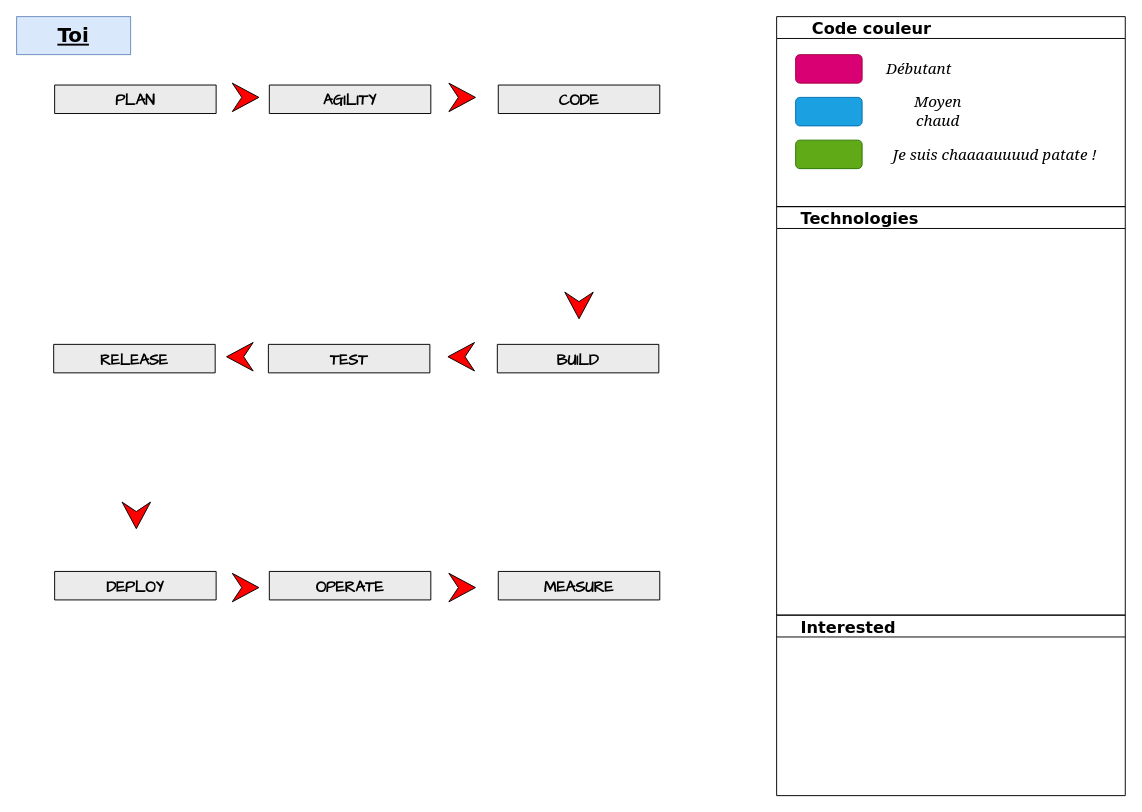
Earlier version of the draw.io diagram skills.drawio (teolia/TeoSchool_skills). Source tidied: cells renumbered, new cells numbered last; positions are measured from the earlier drawing's top-left corner, leaving out a move shared by most shapes. Both pictures are drawn from the tidied source at 95%, with x=0, y=0 at pixel (16, 16).
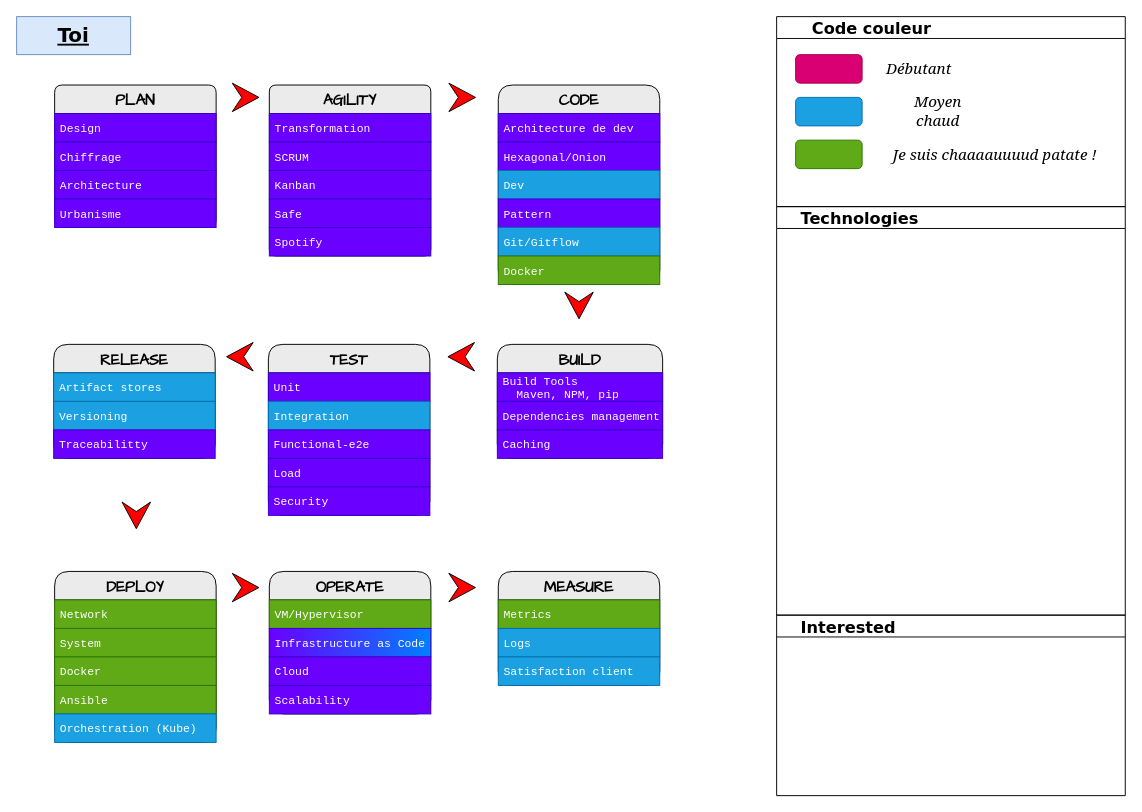
Above is the later version.

The edit, as a diff of the source:
```diff
@@
-    <mxCell id="3" value="PLAN" style="swimlane;fontStyle=1;horizontal=1;startSize=30;fontFamily=Comic Sans MS;rounded=1;arcSize=9;labelBackgroundColor=none;fillColor=#EBEBEB;fontSize=16;" parent="1" vertex="1" collapsed="1">
-      <mxGeometry x="40" y="72" width="170" height="30" as="geometry" />
+    <mxCell id="3" value="PLAN" style="swimlane;fontStyle=1;horizontal=1;startSize=30;fontFamily=Comic Sans MS;rounded=1;arcSize=9;labelBackgroundColor=none;fillColor=#EBEBEB;fontSize=16;" parent="1" vertex="1">
+      <mxGeometry x="40" y="72" width="170" height="150" as="geometry" />
     </mxCell>
+    <mxCell id="29" value="Design" style="text;align=left;verticalAlign=middle;spacingLeft=4;spacingRight=4;overflow=hidden;fontFamily=Courier New;fillColor=#6a00ff;fontColor=#ffffff;strokeColor=#3700CC;" parent="3" vertex="1">
+      <mxGeometry y="30" width="170" height="30" as="geometry" />
+    </mxCell>
+    <mxCell id="30" value="Chiffrage" style="text;align=left;verticalAlign=middle;spacingLeft=4;spacingRight=4;overflow=hidden;fontFamily=Courier New;fillColor=#6a00ff;fontColor=#ffffff;strokeColor=#3700CC;" parent="3" vertex="1">
+      <mxGeometry y="60" width="170" height="30" as="geometry" />
+    </mxCell>
+    <mxCell id="31" value="Architecture" style="text;align=left;verticalAlign=middle;spacingLeft=4;spacingRight=4;overflow=hidden;fontFamily=Courier New;fillColor=#6a00ff;fontColor=#ffffff;strokeColor=#3700CC;" parent="3" vertex="1">
+      <mxGeometry y="90" width="170" height="30" as="geometry" />
+    </mxCell>
+    <mxCell id="32" value="Urbanisme" style="text;strokeColor=#3700CC;fillColor=#6a00ff;align=left;verticalAlign=middle;spacingLeft=4;spacingRight=4;overflow=hidden;fontFamily=Courier New;fontColor=#ffffff;" parent="3" vertex="1">
+      <mxGeometry y="120" width="170" height="30" as="geometry" />
+    </mxCell>
-    <mxCell id="4" value="AGILITY" style="swimlane;fontStyle=1;horizontal=1;startSize=30;fontFamily=Comic Sans MS;rounded=1;arcSize=8;labelBackgroundColor=none;fillColor=#EBEBEB;fontSize=16;" parent="1" vertex="1" collapsed="1">
-      <mxGeometry x="266" y="72" width="170" height="30" as="geometry" />
+    <mxCell id="4" value="AGILITY" style="swimlane;fontStyle=1;horizontal=1;startSize=30;fontFamily=Comic Sans MS;rounded=1;arcSize=8;labelBackgroundColor=none;fillColor=#EBEBEB;fontSize=16;" parent="1" vertex="1">
+      <mxGeometry x="266" y="72" width="170" height="180" as="geometry" />
     </mxCell>
+    <mxCell id="33" value="Transformation" style="text;align=left;verticalAlign=middle;spacingLeft=4;spacingRight=4;overflow=hidden;fontFamily=Courier New;fillColor=#6a00ff;fontColor=#ffffff;strokeColor=#3700CC;" parent="4" vertex="1">
+      <mxGeometry y="30" width="170" height="30" as="geometry" />
+    </mxCell>
+    <mxCell id="34" value="SCRUM" style="text;strokeColor=#3700CC;fillColor=#6a00ff;align=left;verticalAlign=middle;spacingLeft=4;spacingRight=4;overflow=hidden;fontFamily=Courier New;fontColor=#ffffff;" parent="4" vertex="1">
+      <mxGeometry y="60" width="170" height="30" as="geometry" />
+    </mxCell>
+    <mxCell id="35" value="Kanban" style="text;strokeColor=#3700CC;fillColor=#6a00ff;align=left;verticalAlign=middle;spacingLeft=4;spacingRight=4;overflow=hidden;fontFamily=Courier New;fontColor=#ffffff;" parent="4" vertex="1">
+      <mxGeometry y="90" width="170" height="30" as="geometry" />
+    </mxCell>
+    <mxCell id="36" value="Safe" style="text;strokeColor=#3700CC;fillColor=#6a00ff;align=left;verticalAlign=middle;spacingLeft=4;spacingRight=4;overflow=hidden;fontFamily=Courier New;fontColor=#ffffff;" parent="4" vertex="1">
+      <mxGeometry y="120" width="170" height="30" as="geometry" />
+    </mxCell>
+    <mxCell id="37" value="Spotify" style="text;strokeColor=#3700CC;fillColor=#6a00ff;align=left;verticalAlign=middle;spacingLeft=4;spacingRight=4;overflow=hidden;fontFamily=Courier New;fontColor=#ffffff;" parent="4" vertex="1">
+      <mxGeometry y="150" width="170" height="30" as="geometry" />
+    </mxCell>
-    <mxCell id="5" value="CODE" style="swimlane;fontStyle=1;horizontal=1;startSize=30;fontFamily=Comic Sans MS;rounded=1;arcSize=17;labelBackgroundColor=none;fillColor=#EBEBEB;fontSize=16;" parent="1" vertex="1" collapsed="1">
-      <mxGeometry x="507" y="72" width="170" height="30" as="geometry" />
+    <mxCell id="5" value="CODE" style="swimlane;fontStyle=1;horizontal=1;startSize=30;fontFamily=Comic Sans MS;rounded=1;arcSize=17;labelBackgroundColor=none;fillColor=#EBEBEB;fontSize=16;" parent="1" vertex="1">
+      <mxGeometry x="507" y="72" width="170" height="210" as="geometry" />
     </mxCell>
+    <mxCell id="38" value="Architecture de dev" style="text;align=left;verticalAlign=middle;spacingLeft=4;spacingRight=4;overflow=hidden;fontFamily=Courier New;fillColor=#6a00ff;fontColor=#ffffff;strokeColor=#3700CC;" parent="5" vertex="1">
+      <mxGeometry y="30" width="170" height="30" as="geometry" />
+    </mxCell>
+    <mxCell id="39" value="Hexagonal/Onion" style="text;strokeColor=#3700CC;fillColor=#6a00ff;align=left;verticalAlign=middle;spacingLeft=4;spacingRight=4;overflow=hidden;fontFamily=Courier New;fontColor=#ffffff;" parent="5" vertex="1">
+      <mxGeometry y="60" width="170" height="30" as="geometry" />
+    </mxCell>
+    <mxCell id="40" value="Dev" style="text;strokeColor=#006EAF;fillColor=#1ba1e2;align=left;verticalAlign=middle;spacingLeft=4;spacingRight=4;overflow=hidden;fontFamily=Courier New;fontColor=#ffffff;" parent="5" vertex="1">
+      <mxGeometry y="90" width="170" height="30" as="geometry" />
+    </mxCell>
+    <mxCell id="41" value="Pattern" style="text;strokeColor=#3700CC;fillColor=#6a00ff;align=left;verticalAlign=middle;spacingLeft=4;spacingRight=4;overflow=hidden;fontFamily=Courier New;fontColor=#ffffff;" parent="5" vertex="1">
+      <mxGeometry y="120" width="170" height="30" as="geometry" />
+    </mxCell>
+    <mxCell id="42" value="Git/Gitflow" style="text;strokeColor=#006EAF;fillColor=#1ba1e2;align=left;verticalAlign=middle;spacingLeft=4;spacingRight=4;overflow=hidden;fontFamily=Courier New;fontColor=#ffffff;" parent="5" vertex="1">
+      <mxGeometry y="150" width="170" height="30" as="geometry" />
+    </mxCell>
+    <mxCell id="43" value="Docker" style="text;strokeColor=#2D7600;fillColor=#60a917;align=left;verticalAlign=middle;spacingLeft=4;spacingRight=4;overflow=hidden;fontFamily=Courier New;fontColor=#ffffff;" parent="5" vertex="1">
+      <mxGeometry y="180" width="170" height="30" as="geometry" />
+    </mxCell>
@@
-    <mxCell id="8" value="RELEASE" style="swimlane;fontStyle=1;horizontal=1;startSize=30;fontFamily=Comic Sans MS;rounded=1;arcSize=17;labelBackgroundColor=none;fillColor=#EBEBEB;fontSize=16;" parent="1" vertex="1" collapsed="1">
-      <mxGeometry x="39" y="345" width="170" height="30" as="geometry" />
+    <mxCell id="8" value="RELEASE" style="swimlane;fontStyle=1;horizontal=1;startSize=30;fontFamily=Comic Sans MS;rounded=1;arcSize=17;labelBackgroundColor=none;fillColor=#EBEBEB;fontSize=16;" parent="1" vertex="1">
+      <mxGeometry x="39" y="345" width="170" height="120" as="geometry" />
     </mxCell>
+    <mxCell id="44" value="Artifact stores" style="text;align=left;verticalAlign=middle;spacingLeft=4;spacingRight=4;overflow=hidden;fontFamily=Courier New;fillColor=#1ba1e2;fontColor=#ffffff;strokeColor=#006EAF;" parent="8" vertex="1">
+      <mxGeometry y="30" width="170" height="30" as="geometry" />
+    </mxCell>
+    <mxCell id="45" value="Versioning" style="text;strokeColor=#006EAF;fillColor=#1ba1e2;align=left;verticalAlign=middle;spacingLeft=4;spacingRight=4;overflow=hidden;fontFamily=Courier New;fontColor=#ffffff;" parent="8" vertex="1">
+      <mxGeometry y="60" width="170" height="30" as="geometry" />
+    </mxCell>
+    <mxCell id="46" value="Traceabilitty" style="text;strokeColor=#3700CC;fillColor=#6a00ff;align=left;verticalAlign=middle;spacingLeft=4;spacingRight=4;overflow=hidden;fontFamily=Courier New;fontColor=#ffffff;" parent="8" vertex="1">
+      <mxGeometry y="90" width="170" height="30" as="geometry" />
+    </mxCell>
-    <mxCell id="9" value="TEST" style="swimlane;fontStyle=1;horizontal=1;startSize=30;fontFamily=Comic Sans MS;rounded=1;arcSize=17;labelBackgroundColor=none;fillColor=#EBEBEB;fontSize=16;" parent="1" vertex="1" collapsed="1">
-      <mxGeometry x="265" y="345" width="170" height="30" as="geometry" />
+    <mxCell id="9" value="TEST" style="swimlane;fontStyle=1;horizontal=1;startSize=30;fontFamily=Comic Sans MS;rounded=1;arcSize=17;labelBackgroundColor=none;fillColor=#EBEBEB;fontSize=16;" parent="1" vertex="1">
+      <mxGeometry x="265" y="345" width="170" height="180" as="geometry" />
     </mxCell>
+    <mxCell id="47" value="Unit" style="text;align=left;verticalAlign=middle;spacingLeft=4;spacingRight=4;overflow=hidden;fontFamily=Courier New;fillColor=#6a00ff;fontColor=#ffffff;strokeColor=#3700CC;" parent="9" vertex="1">
+      <mxGeometry y="30" width="170" height="30" as="geometry" />
+    </mxCell>
+    <mxCell id="48" value="Integration" style="text;strokeColor=#006EAF;fillColor=#1ba1e2;align=left;verticalAlign=middle;spacingLeft=4;spacingRight=4;overflow=hidden;fontFamily=Courier New;fontColor=#ffffff;" parent="9" vertex="1">
+      <mxGeometry y="60" width="170" height="30" as="geometry" />
+    </mxCell>
+    <mxCell id="49" value="Functional-e2e" style="text;strokeColor=#3700CC;fillColor=#6a00ff;align=left;verticalAlign=middle;spacingLeft=4;spacingRight=4;overflow=hidden;fontFamily=Courier New;fontColor=#ffffff;" parent="9" vertex="1">
+      <mxGeometry y="90" width="170" height="30" as="geometry" />
+    </mxCell>
+    <mxCell id="50" value="Load" style="text;strokeColor=#3700CC;fillColor=#6a00ff;align=left;verticalAlign=middle;spacingLeft=4;spacingRight=4;overflow=hidden;fontFamily=Courier New;fontColor=#ffffff;" parent="9" vertex="1">
+      <mxGeometry y="120" width="170" height="30" as="geometry" />
+    </mxCell>
+    <mxCell id="51" value="Security" style="text;strokeColor=#3700CC;fillColor=#6a00ff;align=left;verticalAlign=middle;spacingLeft=4;spacingRight=4;overflow=hidden;fontFamily=Courier New;fontColor=#ffffff;" parent="9" vertex="1">
+      <mxGeometry y="150" width="170" height="30" as="geometry" />
+    </mxCell>
-    <mxCell id="10" value="BUILD" style="swimlane;fontStyle=1;horizontal=1;startSize=30;fontFamily=Comic Sans MS;rounded=1;arcSize=17;labelBackgroundColor=none;fillColor=#EBEBEB;fontSize=16;" parent="1" vertex="1" collapsed="1">
-      <mxGeometry x="506" y="345" width="170" height="30" as="geometry" />
+    <mxCell id="10" value="BUILD" style="swimlane;fontStyle=1;horizontal=1;startSize=30;fontFamily=Comic Sans MS;rounded=1;arcSize=17;labelBackgroundColor=none;fillColor=#EBEBEB;fontSize=16;" parent="1" vertex="1">
+      <mxGeometry x="506" y="345" width="174" height="120" as="geometry" />
     </mxCell>
+    <mxCell id="52" value="Build Tools&#10;  Maven, NPM, pip" style="text;align=left;verticalAlign=middle;spacingLeft=4;spacingRight=4;overflow=hidden;fontFamily=Courier New;fillColor=#6a00ff;fontColor=#ffffff;strokeColor=#3700CC;" parent="10" vertex="1">
+      <mxGeometry y="30" width="174" height="30" as="geometry" />
+    </mxCell>
+    <mxCell id="53" value="Dependencies management" style="text;strokeColor=#3700CC;fillColor=#6a00ff;align=left;verticalAlign=middle;spacingLeft=4;spacingRight=4;overflow=hidden;fontFamily=Courier New;fontColor=#ffffff;" parent="10" vertex="1">
+      <mxGeometry y="60" width="174" height="30" as="geometry" />
+    </mxCell>
+    <mxCell id="54" value="Caching" style="text;strokeColor=#3700CC;fillColor=#6a00ff;align=left;verticalAlign=middle;spacingLeft=4;spacingRight=4;overflow=hidden;fontFamily=Courier New;fontColor=#ffffff;" parent="10" vertex="1">
+      <mxGeometry y="90" width="174" height="30" as="geometry" />
+    </mxCell>
-    <mxCell id="11" value="DEPLOY" style="swimlane;fontStyle=1;horizontal=1;startSize=30;fontFamily=Comic Sans MS;rounded=1;arcSize=17;labelBackgroundColor=none;fillColor=#EBEBEB;fontSize=16;" parent="1" vertex="1" collapsed="1">
-      <mxGeometry x="40" y="584" width="170" height="30" as="geometry" />
+    <mxCell id="11" value="DEPLOY" style="swimlane;fontStyle=1;horizontal=1;startSize=30;fontFamily=Comic Sans MS;rounded=1;arcSize=17;labelBackgroundColor=none;fillColor=#EBEBEB;fontSize=16;" parent="1" vertex="1">
+      <mxGeometry x="40" y="584" width="170" height="180" as="geometry" />
     </mxCell>
+    <mxCell id="55" value="Network" style="text;align=left;verticalAlign=middle;spacingLeft=4;spacingRight=4;overflow=hidden;fontFamily=Courier New;fillColor=#60a917;fontColor=#ffffff;strokeColor=#2D7600;" parent="11" vertex="1">
+      <mxGeometry y="30" width="170" height="30" as="geometry" />
+    </mxCell>
+    <mxCell id="56" value="System" style="text;strokeColor=#2D7600;fillColor=#60a917;align=left;verticalAlign=middle;spacingLeft=4;spacingRight=4;overflow=hidden;fontFamily=Courier New;fontColor=#ffffff;" parent="11" vertex="1">
+      <mxGeometry y="60" width="170" height="30" as="geometry" />
+    </mxCell>
+    <mxCell id="57" value="Docker" style="text;strokeColor=#2D7600;fillColor=#60a917;align=left;verticalAlign=middle;spacingLeft=4;spacingRight=4;overflow=hidden;fontFamily=Courier New;fontColor=#ffffff;" parent="11" vertex="1">
+      <mxGeometry y="90" width="170" height="30" as="geometry" />
+    </mxCell>
+    <mxCell id="58" value="Ansible" style="text;strokeColor=#2D7600;fillColor=#60a917;align=left;verticalAlign=middle;spacingLeft=4;spacingRight=4;overflow=hidden;fontFamily=Courier New;fontColor=#ffffff;" parent="11" vertex="1">
+      <mxGeometry y="120" width="170" height="30" as="geometry" />
+    </mxCell>
+    <mxCell id="59" value="Orchestration (Kube)" style="text;strokeColor=#006EAF;fillColor=#1ba1e2;align=left;verticalAlign=middle;spacingLeft=4;spacingRight=4;overflow=hidden;fontFamily=Courier New;fontColor=#ffffff;" parent="11" vertex="1">
+      <mxGeometry y="150" width="170" height="30" as="geometry" />
+    </mxCell>
-    <mxCell id="12" value="OPERATE" style="swimlane;fontStyle=1;horizontal=1;startSize=30;fontFamily=Comic Sans MS;rounded=1;arcSize=17;labelBackgroundColor=none;fillColor=#EBEBEB;fontSize=16;" parent="1" vertex="1" collapsed="1">
-      <mxGeometry x="266" y="584" width="170" height="30" as="geometry" />
+    <mxCell id="12" value="OPERATE" style="swimlane;fontStyle=1;horizontal=1;startSize=30;fontFamily=Comic Sans MS;rounded=1;arcSize=17;labelBackgroundColor=none;fillColor=#EBEBEB;fontSize=16;" parent="1" vertex="1">
+      <mxGeometry x="266" y="584" width="170" height="150" as="geometry" />
     </mxCell>
+    <mxCell id="60" value="VM/Hypervisor" style="text;align=left;verticalAlign=middle;spacingLeft=4;spacingRight=4;overflow=hidden;fontFamily=Courier New;fillColor=#60a917;fontColor=#ffffff;strokeColor=#2D7600;" parent="12" vertex="1">
+      <mxGeometry y="30" width="170" height="30" as="geometry" />
+    </mxCell>
+    <mxCell id="61" value="Infrastructure as Code" style="text;strokeColor=#3700CC;fillColor=#6a00ff;align=left;verticalAlign=middle;spacingLeft=4;spacingRight=4;overflow=hidden;fontFamily=Courier New;fontColor=#ffffff;gradientColor=#007FFF;gradientDirection=east;" parent="12" vertex="1">
+      <mxGeometry y="60" width="170" height="30" as="geometry" />
+    </mxCell>
+    <mxCell id="62" value="Cloud" style="text;strokeColor=#3700CC;fillColor=#6a00ff;align=left;verticalAlign=middle;spacingLeft=4;spacingRight=4;overflow=hidden;fontFamily=Courier New;fontColor=#ffffff;" parent="12" vertex="1">
+      <mxGeometry y="90" width="170" height="30" as="geometry" />
+    </mxCell>
+    <mxCell id="63" value="Scalability" style="text;strokeColor=#3700CC;fillColor=#6a00ff;align=left;verticalAlign=middle;spacingLeft=4;spacingRight=4;overflow=hidden;fontFamily=Courier New;fontColor=#ffffff;" parent="12" vertex="1">
+      <mxGeometry y="120" width="170" height="30" as="geometry" />
+    </mxCell>
-    <mxCell id="13" value="MEASURE" style="swimlane;fontStyle=1;horizontal=1;startSize=30;fontFamily=Comic Sans MS;rounded=1;arcSize=17;labelBackgroundColor=none;fillColor=#EBEBEB;fontSize=16;" parent="1" vertex="1" collapsed="1">
-      <mxGeometry x="507" y="584" width="170" height="30" as="geometry" />
+    <mxCell id="13" value="MEASURE" style="swimlane;fontStyle=1;horizontal=1;startSize=30;fontFamily=Comic Sans MS;rounded=1;arcSize=17;labelBackgroundColor=none;fillColor=#EBEBEB;fontSize=16;" parent="1" vertex="1">
+      <mxGeometry x="507" y="584" width="170" height="120" as="geometry" />
     </mxCell>
+    <mxCell id="64" value="Metrics" style="text;align=left;verticalAlign=middle;spacingLeft=4;spacingRight=4;overflow=hidden;fontFamily=Courier New;fillColor=#60a917;fontColor=#ffffff;strokeColor=#2D7600;" parent="13" vertex="1">
+      <mxGeometry y="30" width="170" height="30" as="geometry" />
+    </mxCell>
+    <mxCell id="65" value="Logs" style="text;strokeColor=#006EAF;fillColor=#1ba1e2;align=left;verticalAlign=middle;spacingLeft=4;spacingRight=4;overflow=hidden;fontFamily=Courier New;fontColor=#ffffff;" parent="13" vertex="1">
+      <mxGeometry y="60" width="170" height="30" as="geometry" />
+    </mxCell>
+    <mxCell id="66" value="Satisfaction client" style="text;strokeColor=#006EAF;fillColor=#1ba1e2;align=left;verticalAlign=middle;spacingLeft=4;spacingRight=4;overflow=hidden;fontFamily=Courier New;fontColor=#ffffff;" parent="13" vertex="1">
+      <mxGeometry y="90" width="170" height="30" as="geometry" />
+    </mxCell>
```
